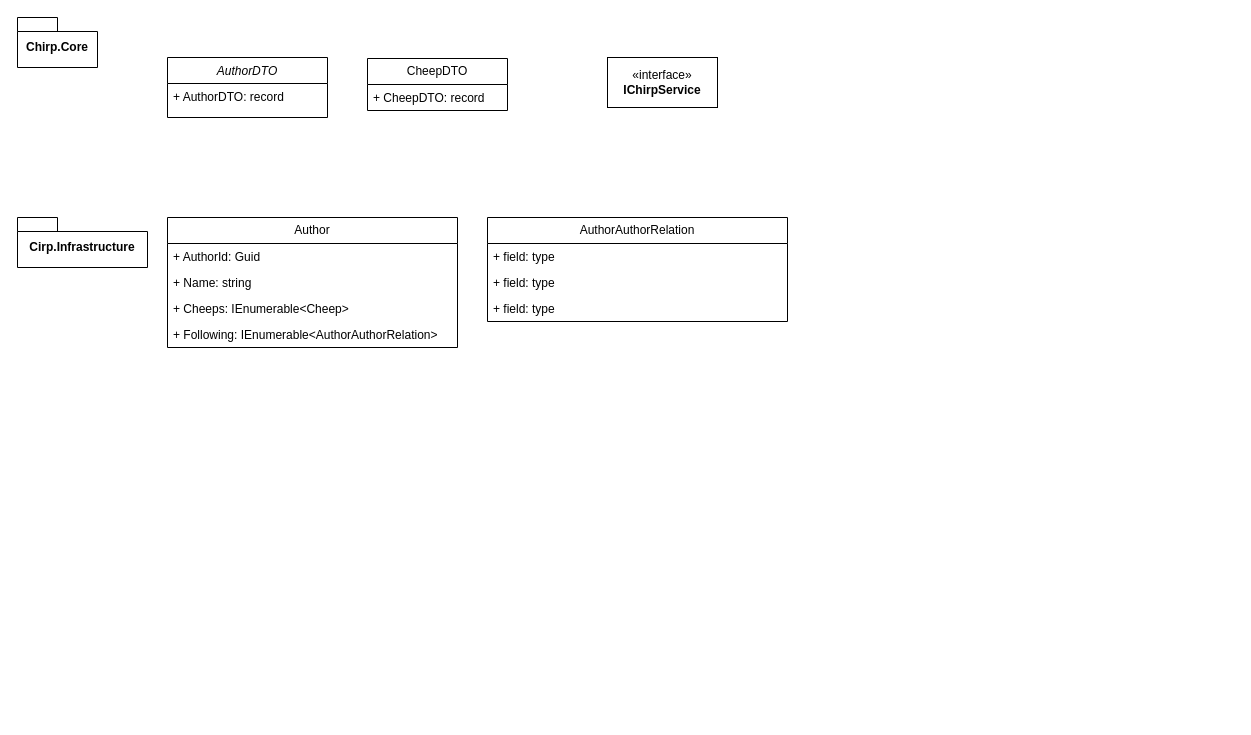
The draw.io diagram docs/images/DomainModel.drawio in ITU-BDSA23-GROUP22/Chirp, before the edit. Source tidied: cells renumbered, new cells numbered last; positions are measured from the earlier drawing's top-left corner, leaving out a move shared by most shapes. Both pictures are drawn from the tidied source at 100%, with x=0, y=0 at pixel (17, 17).
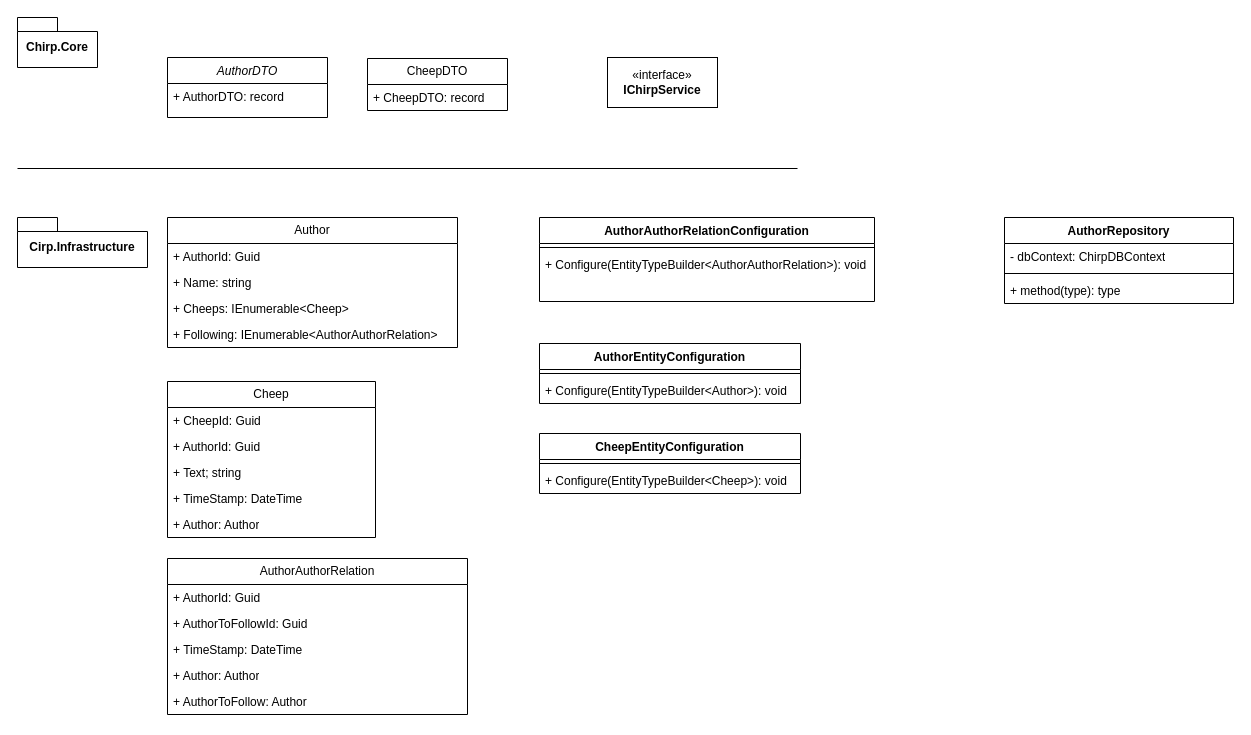
Above is the later version.

Change to the diagram source:
```diff
@@
     <mxCell id="14" value="AuthorAuthorRelation" style="swimlane;fontStyle=0;horizontal=1;startSize=26;fillColor=none;whiteSpace=wrap;html=1;" parent="1" vertex="1">
-      <mxGeometry x="470" y="200" width="300" height="104" as="geometry" />
+      <mxGeometry x="150" y="541" width="300" height="156" as="geometry" />
     </mxCell>
-    <mxCell id="15" value="+ field: type" style="text;strokeColor=none;fillColor=none;align=left;verticalAlign=top;spacingLeft=4;spacingRight=4;overflow=hidden;whiteSpace=wrap;html=1;" parent="14" vertex="1">
+    <mxCell id="15" value="+ AuthorId: Guid" style="text;strokeColor=none;fillColor=none;align=left;verticalAlign=top;spacingLeft=4;spacingRight=4;overflow=hidden;whiteSpace=wrap;html=1;" parent="14" vertex="1">
       <mxGeometry y="26" width="300" height="26" as="geometry" />
     </mxCell>
-    <mxCell id="16" value="+ field: type" style="text;strokeColor=none;fillColor=none;align=left;verticalAlign=top;spacingLeft=4;spacingRight=4;overflow=hidden;whiteSpace=wrap;html=1;" parent="14" vertex="1">
+    <mxCell id="16" value="+ AuthorToFollowId: Guid" style="text;strokeColor=none;fillColor=none;align=left;verticalAlign=top;spacingLeft=4;spacingRight=4;overflow=hidden;whiteSpace=wrap;html=1;" parent="14" vertex="1">
       <mxGeometry y="52" width="300" height="26" as="geometry" />
     </mxCell>
-    <mxCell id="17" value="+ field: type" style="text;strokeColor=none;fillColor=none;align=left;verticalAlign=top;spacingLeft=4;spacingRight=4;overflow=hidden;whiteSpace=wrap;html=1;" parent="14" vertex="1">
+    <mxCell id="17" value="&lt;div&gt;+ TimeStamp: DateTime&lt;/div&gt;&lt;div&gt;&lt;br&gt;&lt;/div&gt;" style="text;strokeColor=none;fillColor=none;align=left;verticalAlign=top;spacingLeft=4;spacingRight=4;overflow=hidden;whiteSpace=wrap;html=1;" parent="14" vertex="1">
       <mxGeometry y="78" width="300" height="26" as="geometry" />
     </mxCell>
+    <mxCell id="18" value="+ Author: Author" style="text;strokeColor=none;fillColor=none;align=left;verticalAlign=top;spacingLeft=4;spacingRight=4;overflow=hidden;whiteSpace=wrap;html=1;" parent="14" vertex="1">
+      <mxGeometry y="104" width="300" height="26" as="geometry" />
+    </mxCell>
+    <mxCell id="19" value="+ AuthorToFollow: Author" style="text;strokeColor=none;fillColor=none;align=left;verticalAlign=top;spacingLeft=4;spacingRight=4;overflow=hidden;whiteSpace=wrap;html=1;" parent="14" vertex="1">
+      <mxGeometry y="130" width="300" height="26" as="geometry" />
+    </mxCell>
+    <mxCell id="20" value="Cheep" style="swimlane;fontStyle=0;horizontal=1;startSize=26;fillColor=none;whiteSpace=wrap;html=1;" parent="1" vertex="1">
+      <mxGeometry x="150" y="364" width="208" height="156" as="geometry" />
+    </mxCell>
+    <mxCell id="21" value="+ CheepId: Guid" style="text;strokeColor=none;fillColor=none;align=left;verticalAlign=top;spacingLeft=4;spacingRight=4;overflow=hidden;whiteSpace=wrap;html=1;" parent="20" vertex="1">
+      <mxGeometry y="26" width="208" height="26" as="geometry" />
+    </mxCell>
+    <mxCell id="22" value="&lt;div&gt;+ AuthorId: Guid&lt;/div&gt;" style="text;strokeColor=none;fillColor=none;align=left;verticalAlign=top;spacingLeft=4;spacingRight=4;overflow=hidden;whiteSpace=wrap;html=1;" parent="20" vertex="1">
+      <mxGeometry y="52" width="208" height="26" as="geometry" />
+    </mxCell>
+    <mxCell id="23" value="+ Text; string" style="text;strokeColor=none;fillColor=none;align=left;verticalAlign=top;spacingLeft=4;spacingRight=4;overflow=hidden;whiteSpace=wrap;html=1;" parent="20" vertex="1">
+      <mxGeometry y="78" width="208" height="26" as="geometry" />
+    </mxCell>
+    <mxCell id="24" value="&lt;div&gt;+ TimeStamp: DateTime&lt;/div&gt;&lt;div&gt;&lt;br&gt;&lt;/div&gt;" style="text;strokeColor=none;fillColor=none;align=left;verticalAlign=top;spacingLeft=4;spacingRight=4;overflow=hidden;whiteSpace=wrap;html=1;" parent="20" vertex="1">
+      <mxGeometry y="104" width="208" height="26" as="geometry" />
+    </mxCell>
+    <mxCell id="25" value="+ Author: Author" style="text;strokeColor=none;fillColor=none;align=left;verticalAlign=top;spacingLeft=4;spacingRight=4;overflow=hidden;whiteSpace=wrap;html=1;" parent="20" vertex="1">
+      <mxGeometry y="130" width="208" height="26" as="geometry" />
+    </mxCell>
+    <mxCell id="26" style="line;strokeWidth=1;fillColor=none;align=left;verticalAlign=middle;spacingTop=-1;spacingLeft=3;spacingRight=3;labelPosition=right;strokeColor=inherit;" parent="1" vertex="1">
+      <mxGeometry y="147" width="780" height="8" as="geometry" />
+    </mxCell>
+    <mxCell id="27" value="AuthorAuthorRelationConfiguration" style="swimlane;fontStyle=1;align=center;verticalAlign=top;horizontal=1;startSize=26;whiteSpace=wrap;html=1;" parent="1" vertex="1">
+      <mxGeometry x="522" y="200" width="335" height="84" as="geometry" />
+    </mxCell>
+    <mxCell id="28" style="line;strokeWidth=1;fillColor=none;align=left;verticalAlign=middle;spacingTop=-1;spacingLeft=3;spacingRight=3;labelPosition=right;strokeColor=inherit;" parent="27" vertex="1">
+      <mxGeometry y="26" width="335" height="8" as="geometry" />
+    </mxCell>
+    <mxCell id="29" value="+ Configure(EntityTypeBuilder&amp;lt;AuthorAuthorRelation&amp;gt;): void" style="text;strokeColor=none;fillColor=none;align=left;verticalAlign=top;spacingLeft=4;spacingRight=4;overflow=hidden;whiteSpace=wrap;html=1;" parent="27" vertex="1">
+      <mxGeometry y="34" width="335" height="50" as="geometry" />
+    </mxCell>
+    <mxCell id="30" value="AuthorEntityConfiguration" style="swimlane;fontStyle=1;align=center;verticalAlign=top;horizontal=1;startSize=26;whiteSpace=wrap;html=1;" parent="1" vertex="1">
+      <mxGeometry x="522" y="326" width="261" height="60" as="geometry" />
+    </mxCell>
+    <mxCell id="31" style="line;strokeWidth=1;fillColor=none;align=left;verticalAlign=middle;spacingTop=-1;spacingLeft=3;spacingRight=3;labelPosition=right;strokeColor=inherit;" parent="30" vertex="1">
+      <mxGeometry y="26" width="261" height="8" as="geometry" />
+    </mxCell>
+    <mxCell id="32" value="+ Configure(EntityTypeBuilder&amp;lt;Author&amp;gt;): void" style="text;strokeColor=none;fillColor=none;align=left;verticalAlign=top;spacingLeft=4;spacingRight=4;overflow=hidden;whiteSpace=wrap;html=1;" parent="30" vertex="1">
+      <mxGeometry y="34" width="261" height="26" as="geometry" />
+    </mxCell>
+    <mxCell id="33" value="CheepEntityConfiguration" style="swimlane;fontStyle=1;align=center;verticalAlign=top;horizontal=1;startSize=26;whiteSpace=wrap;html=1;" parent="1" vertex="1">
+      <mxGeometry x="522" y="416" width="261" height="60" as="geometry" />
+    </mxCell>
+    <mxCell id="34" style="line;strokeWidth=1;fillColor=none;align=left;verticalAlign=middle;spacingTop=-1;spacingLeft=3;spacingRight=3;labelPosition=right;strokeColor=inherit;" parent="33" vertex="1">
+      <mxGeometry y="26" width="261" height="8" as="geometry" />
+    </mxCell>
+    <mxCell id="35" value="+ Configure(EntityTypeBuilder&amp;lt;Cheep&amp;gt;): void" style="text;strokeColor=none;fillColor=none;align=left;verticalAlign=top;spacingLeft=4;spacingRight=4;overflow=hidden;whiteSpace=wrap;html=1;" parent="33" vertex="1">
+      <mxGeometry y="34" width="261" height="26" as="geometry" />
+    </mxCell>
+    <mxCell id="36" value="AuthorRepository" style="swimlane;fontStyle=1;align=center;verticalAlign=top;horizontal=1;startSize=26;whiteSpace=wrap;html=1;" parent="1" vertex="1">
+      <mxGeometry x="987" y="200" width="229" height="86" as="geometry" />
+    </mxCell>
+    <mxCell id="37" value="- dbContext: ChirpDBContext" style="text;strokeColor=none;fillColor=none;align=left;verticalAlign=top;spacingLeft=4;spacingRight=4;overflow=hidden;whiteSpace=wrap;html=1;" parent="36" vertex="1">
+      <mxGeometry y="26" width="229" height="26" as="geometry" />
+    </mxCell>
+    <mxCell id="38" style="line;strokeWidth=1;fillColor=none;align=left;verticalAlign=middle;spacingTop=-1;spacingLeft=3;spacingRight=3;labelPosition=right;strokeColor=inherit;" parent="36" vertex="1">
+      <mxGeometry y="52" width="229" height="8" as="geometry" />
+    </mxCell>
+    <mxCell id="39" value="+ method(type): type" style="text;strokeColor=none;fillColor=none;align=left;verticalAlign=top;spacingLeft=4;spacingRight=4;overflow=hidden;whiteSpace=wrap;html=1;" parent="36" vertex="1">
+      <mxGeometry y="60" width="229" height="26" as="geometry" />
+    </mxCell>
```
